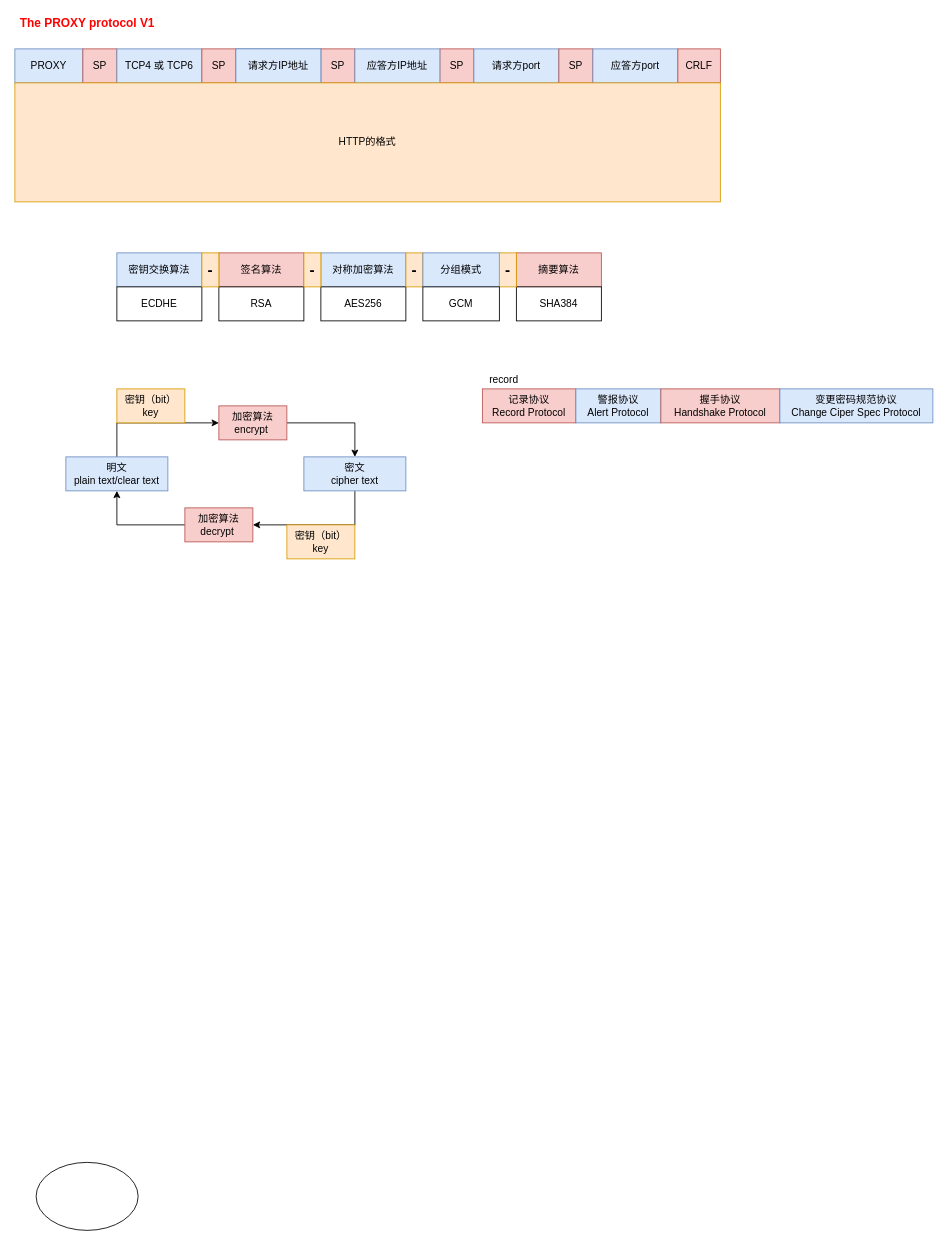
Before: HTTp.drawio in moonlightop/Blog, a draw.io diagram. Source tidied: cells renumbered, new cells numbered last; positions are measured from the earlier drawing's top-left corner, leaving out a move shared by most shapes. Both pictures are drawn from the tidied source at 85%, with x=0, y=0 at pixel (14, 14).
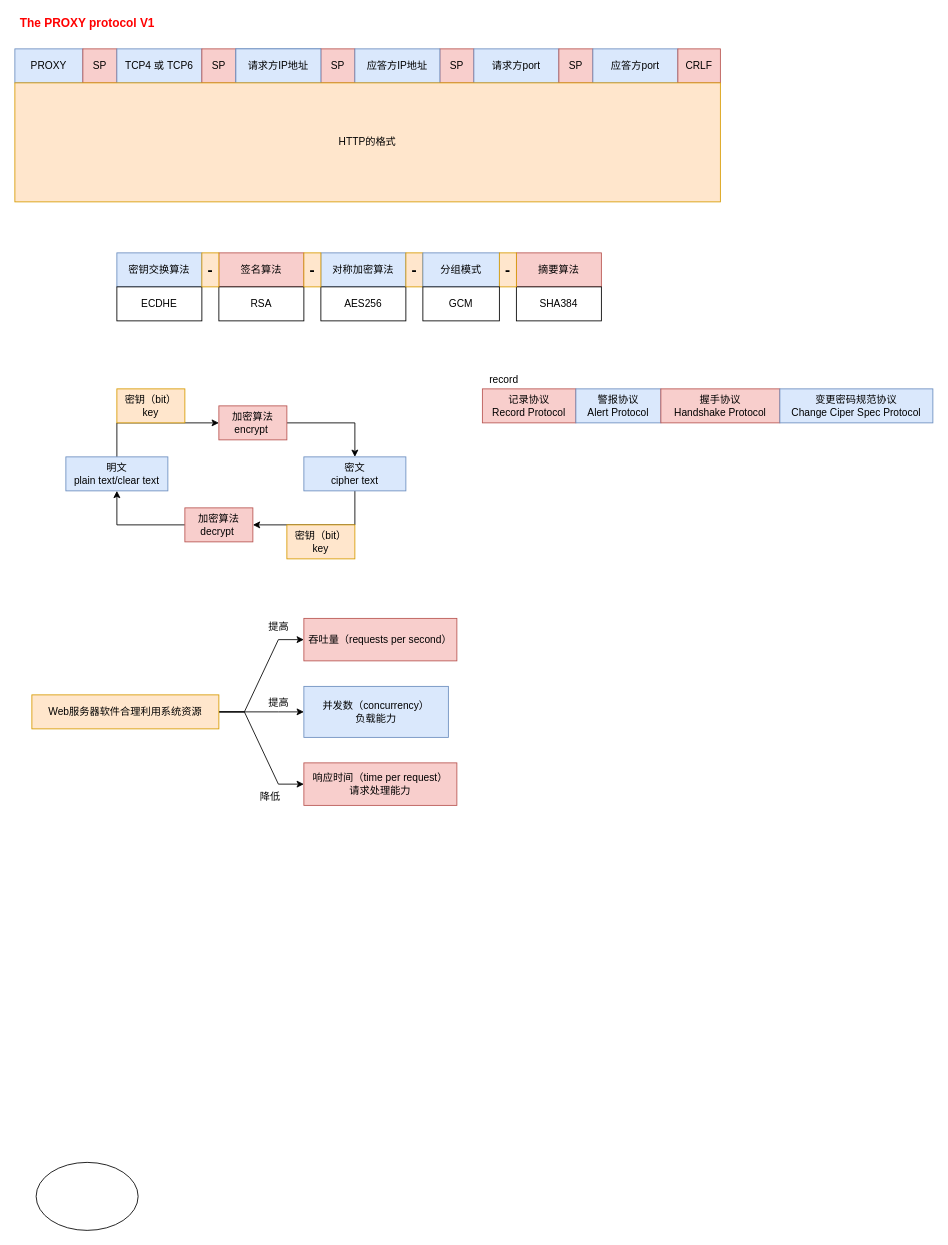
After the change.

Diff of the diagram source:
```diff
@@
+    <mxCell id="47" value="吞吐量（requests per second）" style="rounded=0;whiteSpace=wrap;html=1;fillColor=#f8cecc;strokeColor=#b85450;" parent="1" vertex="1">
+      <mxGeometry x="340" y="710" width="180" height="50" as="geometry" />
+    </mxCell>
+    <mxCell id="48" value="并发数（concurrency）&lt;br&gt;负载能力" style="rounded=0;whiteSpace=wrap;html=1;fillColor=#dae8fc;strokeColor=#6c8ebf;" parent="1" vertex="1">
+      <mxGeometry x="340" y="790" width="170" height="60" as="geometry" />
+    </mxCell>
+    <mxCell id="49" value="响应时间（time per request）&lt;br&gt;请求处理能力" style="rounded=0;whiteSpace=wrap;html=1;fillColor=#f8cecc;strokeColor=#b85450;" parent="1" vertex="1">
+      <mxGeometry x="340" y="880" width="180" height="50" as="geometry" />
+    </mxCell>
+    <mxCell id="50" style="edgeStyle=entityRelationEdgeStyle;rounded=0;jettySize=auto;html=1;entryX=0;entryY=0.5;entryDx=0;entryDy=0;" parent="1" edge="1" source="53" target="47">
+      <mxGeometry relative="1" as="geometry" />
+    </mxCell>
+    <mxCell id="51" style="edgeStyle=entityRelationEdgeStyle;rounded=0;jettySize=auto;html=1;exitX=1;exitY=0.5;exitDx=0;exitDy=0;" parent="1" edge="1" source="53" target="48">
+      <mxGeometry relative="1" as="geometry" />
+    </mxCell>
+    <mxCell id="52" style="edgeStyle=entityRelationEdgeStyle;rounded=0;jettySize=auto;html=1;exitX=1;exitY=0.5;exitDx=0;exitDy=0;entryX=0;entryY=0.5;entryDx=0;entryDy=0;" parent="1" edge="1" source="53" target="49">
+      <mxGeometry relative="1" as="geometry" />
+    </mxCell>
+    <mxCell id="53" value="Web服务器软件合理利用系统资源" style="rounded=0;whiteSpace=wrap;html=1;fillColor=#ffe6cc;strokeColor=#d79b00;" parent="1" vertex="1">
+      <mxGeometry x="20" y="800" width="220" height="40" as="geometry" />
+    </mxCell>
+    <mxCell id="54" value="提高" style="text;html=1;align=center;verticalAlign=middle;strokeColor=none;" parent="1" vertex="1">
+      <mxGeometry x="290" y="710" width="40" height="20" as="geometry" />
+    </mxCell>
+    <mxCell id="55" value="提高" style="text;html=1;align=center;verticalAlign=middle;strokeColor=none;" parent="1" vertex="1">
+      <mxGeometry x="290" y="800" width="40" height="20" as="geometry" />
+    </mxCell>
+    <mxCell id="56" value="降低" style="text;html=1;align=center;verticalAlign=middle;strokeColor=none;" parent="1" vertex="1">
+      <mxGeometry x="280" y="910" width="40" height="20" as="geometry" />
+    </mxCell>
```
